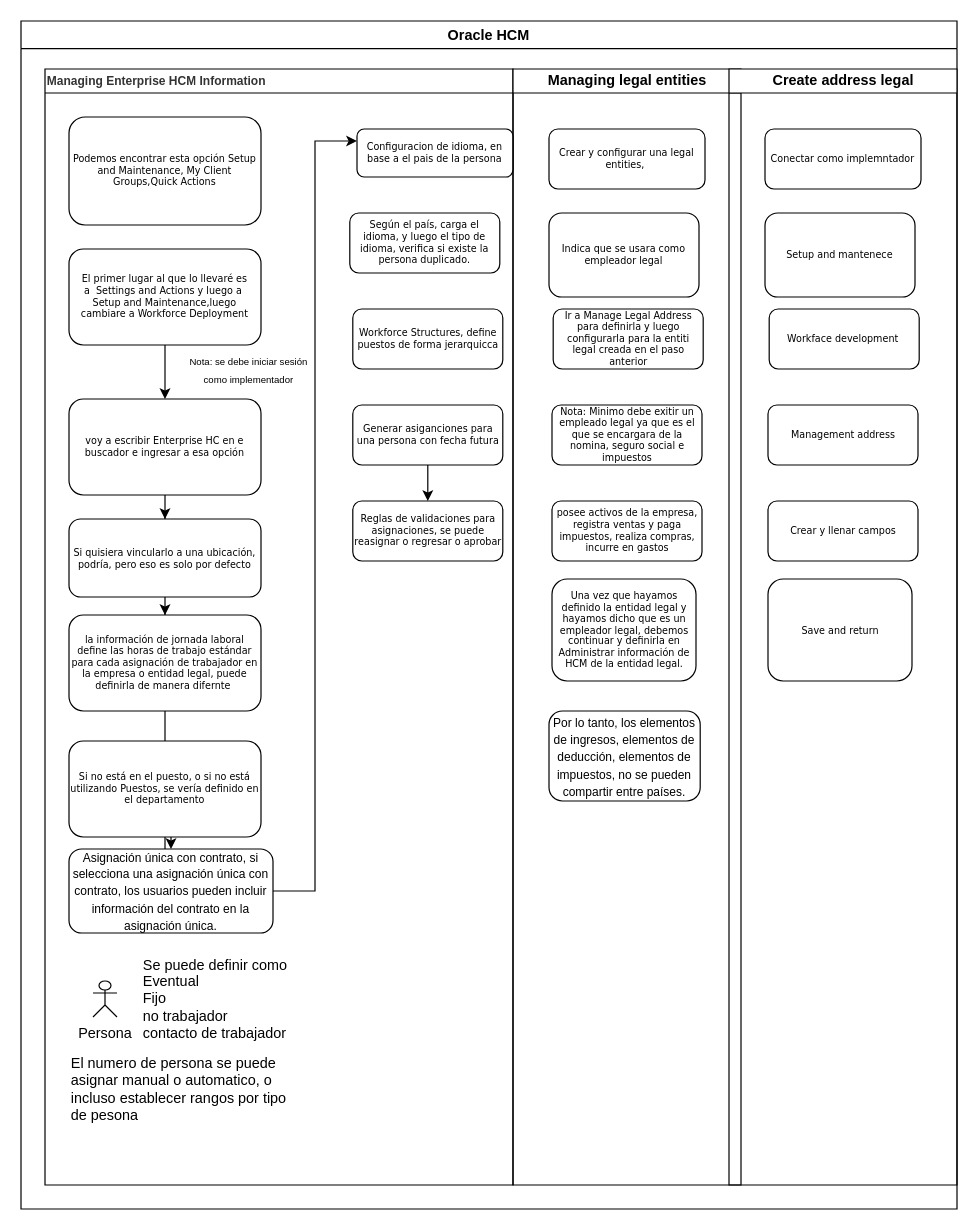
Above: page "Page-3" (3 of 5) of Untitled Diagram.drawio in anaelymonroy/node-nov (draw.io), before the change. Source tidied: cells renumbered, new cells numbered last; positions are measured from the earlier drawing's top-left corner, leaving out a move shared by most shapes. Both pictures are drawn from the tidied source at 120%, with x=0, y=0 at pixel (20, 20).
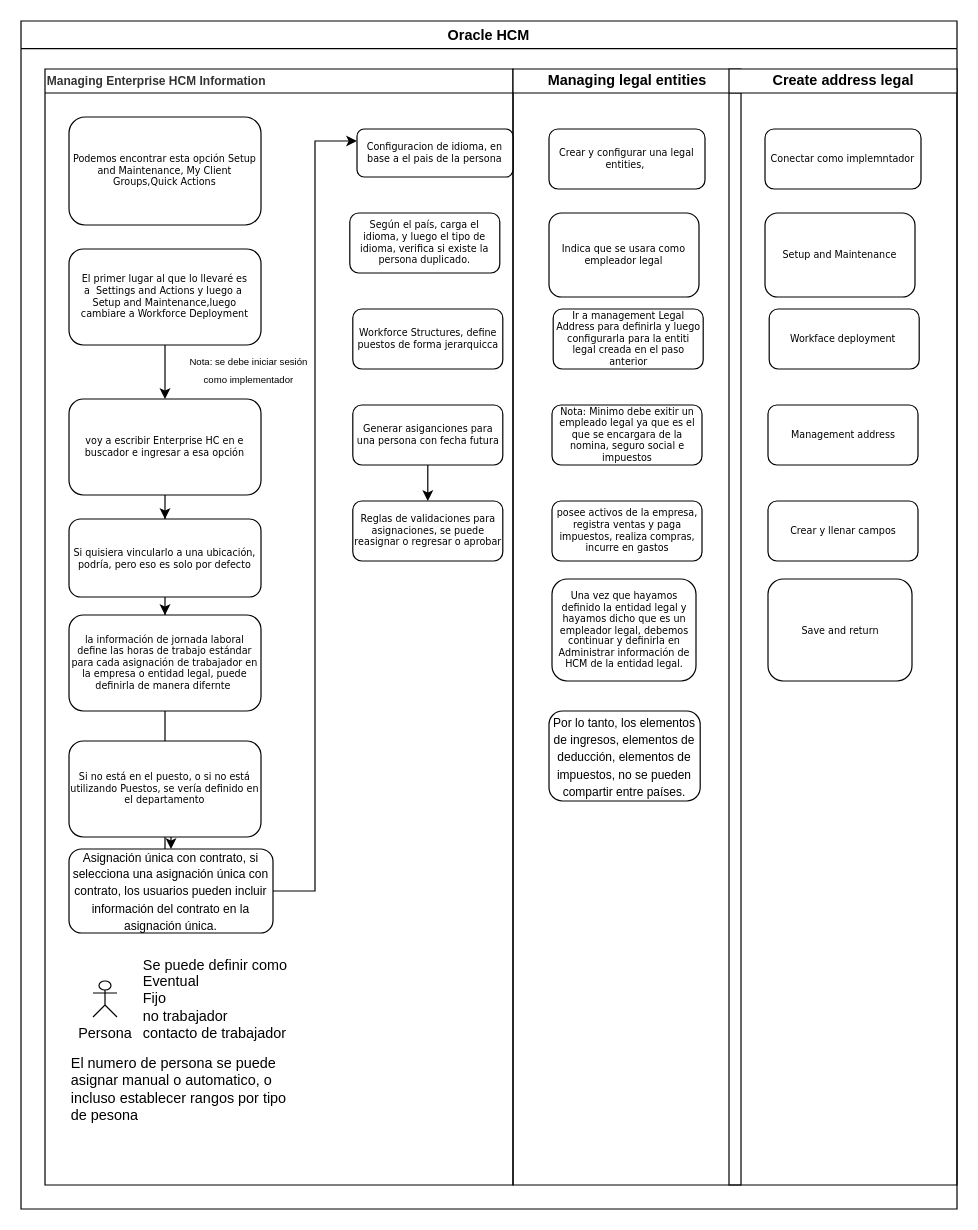
Above is the later version.

Unchanged cells that the change refers to:
```xml
<mxCell id="27" value="&lt;div style=&quot;text-align: left&quot;&gt;Managing legal entities&lt;br&gt;&lt;/div&gt;" style="swimlane;html=1;startSize=20;" parent="2" vertex="1">
  <mxGeometry x="410" y="40" width="190" height="930" as="geometry" />
</mxCell>
<mxCell id="35" value="&lt;div style=&quot;text-align: left&quot;&gt;Create address legal&lt;/div&gt;" style="swimlane;html=1;startSize=20;" parent="2" vertex="1">
  <mxGeometry x="590" y="40" width="190" height="930" as="geometry" />
</mxCell>
```

The edit, as a diff of the source:
```diff
@@
-    <mxCell id="30" value="Ir a Manage Legal Address para definirla y luego configurarla para la entiti legal creada en el paso anterior" style="rounded=1;whiteSpace=wrap;html=1;shadow=0;labelBackgroundColor=none;strokeWidth=1;fontFamily=Verdana;fontSize=8;align=center;" parent="27" vertex="1">
+    <mxCell id="30" value="Ir a management&amp;nbsp;Legal Address para definirla y luego configurarla para la entiti legal creada en el paso anterior" style="rounded=1;whiteSpace=wrap;html=1;shadow=0;labelBackgroundColor=none;strokeWidth=1;fontFamily=Verdana;fontSize=8;align=center;" parent="27" vertex="1">
       <mxGeometry x="33.5" y="200" width="125" height="50" as="geometry" />
     </mxCell>
@@
-    <mxCell id="37" value="Setup and mantenece" style="rounded=1;whiteSpace=wrap;html=1;shadow=0;labelBackgroundColor=none;strokeWidth=1;fontFamily=Verdana;fontSize=8;align=center;" parent="35" vertex="1">
+    <mxCell id="37" value="Setup and Maintenance" style="rounded=1;whiteSpace=wrap;html=1;shadow=0;labelBackgroundColor=none;strokeWidth=1;fontFamily=Verdana;fontSize=8;align=center;" parent="35" vertex="1">
       <mxGeometry x="30" y="120" width="125" height="70" as="geometry" />
     </mxCell>
-    <mxCell id="38" value="Workface development&lt;span style=&quot;white-space: pre&quot;&gt; &lt;/span&gt;" style="rounded=1;whiteSpace=wrap;html=1;shadow=0;labelBackgroundColor=none;strokeWidth=1;fontFamily=Verdana;fontSize=8;align=center;" parent="35" vertex="1">
+    <mxCell id="38" value="Workface deployment&amp;nbsp;" style="rounded=1;whiteSpace=wrap;html=1;shadow=0;labelBackgroundColor=none;strokeWidth=1;fontFamily=Verdana;fontSize=8;align=center;" parent="35" vertex="1">
       <mxGeometry x="33.5" y="200" width="125" height="50" as="geometry" />
     </mxCell>
```
